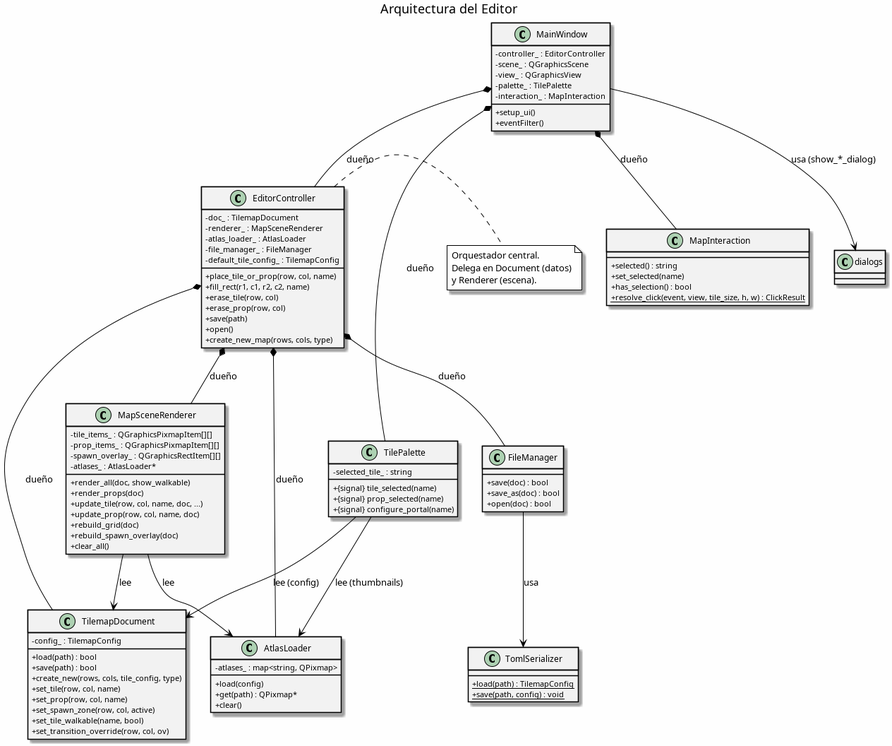
Above: docs/images/uml/editor_classes.png in MateoGonzalezPautaso/Argentum-MALT (PlantUML), before the change. Its source is kept beside it as docs/uml/editor_classes.puml. Its diagram source:
```plantuml
@startuml
skinparam classAttributeIconSize 0
skinparam backgroundColor #FEFEFE
skinparam ArrowColor #000000
skinparam ClassBackgroundColor #F2F2F2
skinparam ClassHeaderBackgroundColor #F2F2F2
skinparam ClassBorderColor #000000
skinparam ClassFontColor #000000
skinparam ClassAttributeFontColor #000000
skinparam NoteBackgroundColor #FEFEFE
skinparam NoteBorderColor #000000
skinparam NoteFontColor #000000
title Arquitectura del Editor

class MainWindow {
  - setup_ui()
  # eventFilter()
  - controller_ : EditorController
  - scene_ : QGraphicsScene
  - view_ : QGraphicsView
  - palette_ : TilePalette
  - interaction_ : MapInteraction
}

class EditorController {
  + place_tile_or_prop(row, col, name)
  + fill_rect(r1, c1, r2, c2, name)
  + erase_tile(row, col)
  + erase_prop(row, col)
  + save()
  + save_as()
  + open()
  + create_new_map(rows, cols, type)
  - doc_ : TilemapDocument
  - renderer_ : MapSceneRenderer
  - atlas_loader_ : AtlasLoader
  - file_manager_ : FileManager
  - default_tile_config_ : TilemapConfig
}
note right of EditorController
  Orquestador central.
  Delega en Document (datos)
  y Renderer (escena).
  Además: load_document(), load_default_tile_config(),
  reload_atlas(), full_rebuild(), validate_city_map(),
  register_current_map_in_list(), set_map_type(),
  resize_map(), toggle_walkable_overlay(),
  toggle_spawn_overlay(), set_spawn_zone(),
  fill_spawn_zone_rect(), set_prop_transition(), ...
end note

class TilemapDocument {
  + load(path)
  + save(path)
  + create_new(rows, cols, tile_config, type)
  + set_tile(row, col, name)
  + set_prop(row, col, name)
  + set_mob_spawn_zone(row, col, bool)
  + set_tile_walkable(name, bool)
  + set_transition_override(row, col, ov)
  - config_ : TilemapConfig
  - path_ : string
}

class MapSceneRenderer {
  + render_all(doc, show_walkable)
  - render_props(doc)
  + update_tile(row, col, name, doc, ...)
  + update_prop(row, col, name, doc)
  + rebuild_grid(doc)
  + rebuild_spawn_overlay(doc)
  + clear_all()
  - tile_items_ : QGraphicsPixmapItem[][]
  - prop_items_ : QGraphicsPixmapItem[][]
  - spawn_overlay_ : QGraphicsRectItem[][]
  - atlases_ : AtlasLoader*
}

class AtlasLoader {
  + load(config)
  + get(path) : QPixmap*
  + clear()
  - atlases_ : map<string, QPixmap>
}

class TilePalette {
  + {signal} tile_selected(name)
  + {signal} prop_selected(name)
  + {signal} configure_portal(name)
  - selected_tile_ : string
}

class FileManager {
  + FileManager(parent: QWidget*)
  + save(doc) : bool
  + save_as(doc) : bool
  + open(doc) : bool
  - parent_ : QWidget*
}

class TomlSerializer {
  {static} + load(path) : TilemapConfig
  {static} + save(path, config) : void
}

class MapInteraction {
  + selected() : string
  + set_selected(name)
  + has_selection() : bool
  {static} + resolve_click(event, view, tile_size, h, w) : ClickResult
}

MainWindow *-- EditorController : dueño
MainWindow *-- TilePalette : dueño
MainWindow *-- MapInteraction : dueño
MainWindow --> Dialogs : usa (show_*_dialog)
MainWindow *-- "dialogs (show_new_map_dialog, show_transition_dialog)" : llama

namespace dialogs {
  {static} + show_new_map_dialog(parent) : NewMapResult
  {static} + show_transition_dialog(parent, ...) : TransitionResult
}
struct NewMapResult {
  + width : int
  + height : int
  + map_type : MapType
  + accepted : bool
}
struct TransitionResult {
  + transition_map : string
  + transition_x : int
  + transition_y : int
  + accepted : bool
}

EditorController *-- TilemapDocument : dueño
EditorController *-- MapSceneRenderer : dueño
EditorController *-- AtlasLoader : dueño
EditorController *-- FileManager : dueño

MapSceneRenderer --> AtlasLoader : lee
MapSceneRenderer --> TilemapDocument : lee

FileManager --> TomlSerializer : usa
TilePalette --> AtlasLoader : lee (thumbnails)
TilePalette --> TilemapDocument : lee (config)

@enduml
```
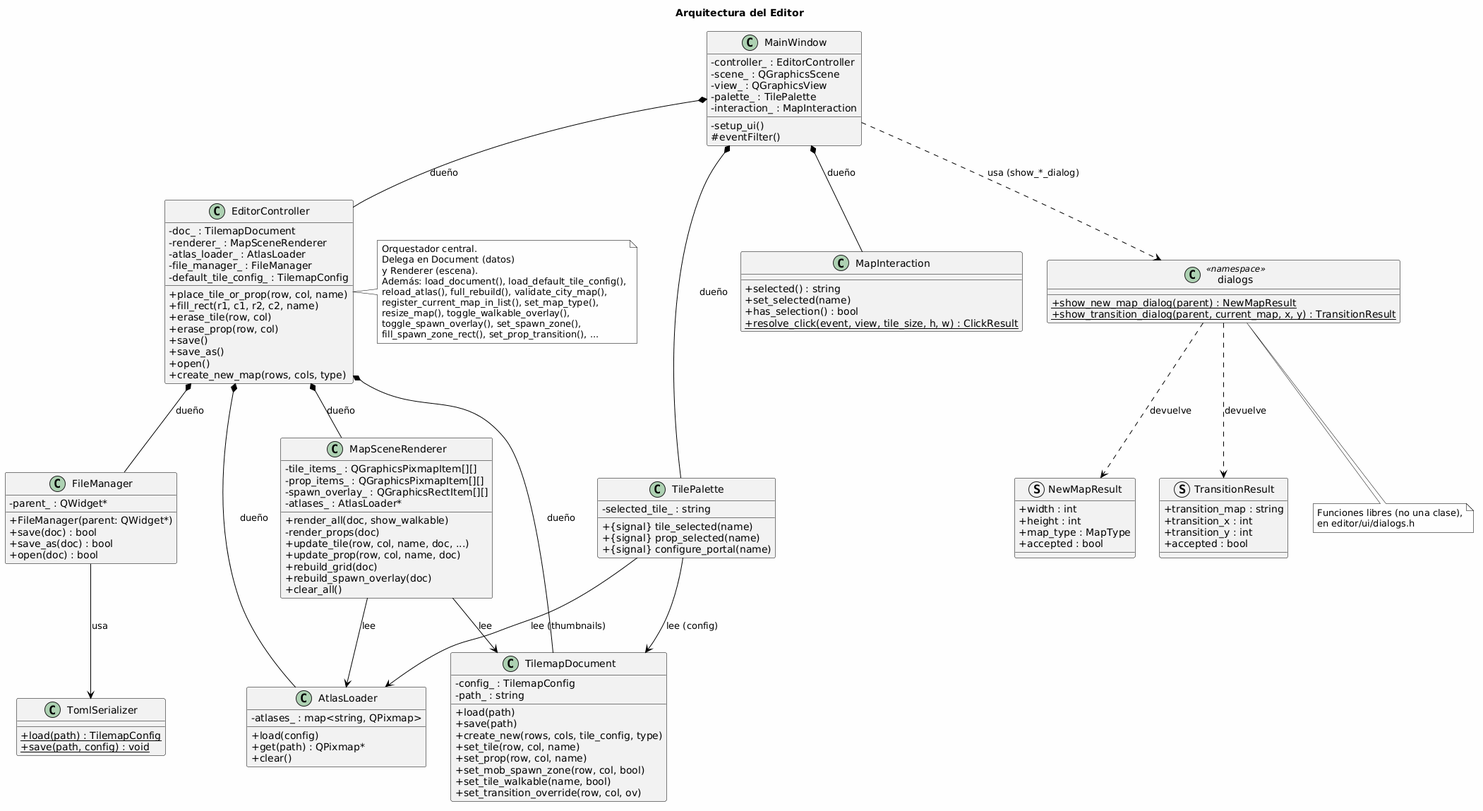
The same diagram one commit later.

The edit, as a diff of the source:
```diff
@@ -113,13 +113,17 @@
 MainWindow *-- EditorController : dueño
 MainWindow *-- TilePalette : dueño
 MainWindow *-- MapInteraction : dueño
-MainWindow --> Dialogs : usa (show_*_dialog)
-MainWindow *-- "dialogs (show_new_map_dialog, show_transition_dialog)" : llama
+MainWindow ..> dialogs : usa (show_*_dialog)
 
-namespace dialogs {
+class dialogs <<namespace>> {
   {static} + show_new_map_dialog(parent) : NewMapResult
-  {static} + show_transition_dialog(parent, ...) : TransitionResult
+  {static} + show_transition_dialog(parent, current_map, x, y) : TransitionResult
 }
+note bottom of dialogs
+  Funciones libres (no una clase),
+  en editor/ui/dialogs.h
+end note
+
 struct NewMapResult {
   + width : int
   + height : int
@@ -132,6 +136,8 @@
   + transition_y : int
   + accepted : bool
 }
+dialogs ..> NewMapResult : devuelve
+dialogs ..> TransitionResult : devuelve
 
 EditorController *-- TilemapDocument : dueño
 EditorController *-- MapSceneRenderer : dueño
```
